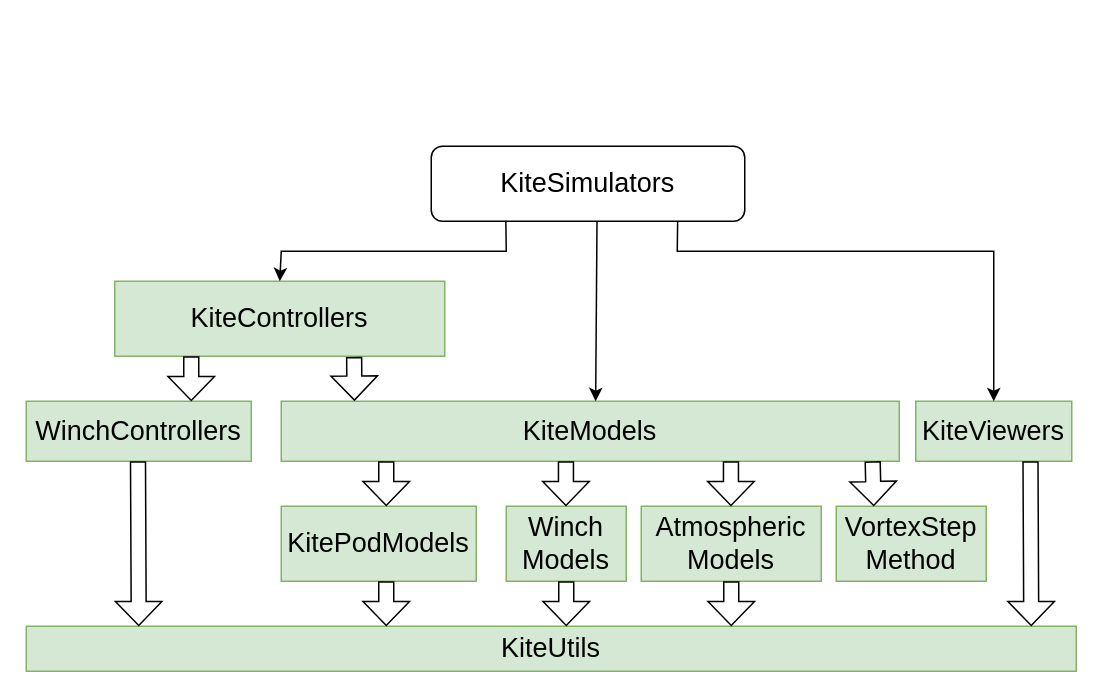
The draw.io diagram docs/kite_power_tools.drawio in aenarete/WinchModels.jl, before the edit. Source tidied: cells renumbered, new cells numbered last; positions are measured from the earlier drawing's top-left corner, leaving out a move shared by most shapes. Both pictures are drawn from the tidied source at 150%, with x=0, y=0 at pixel (26, 146).
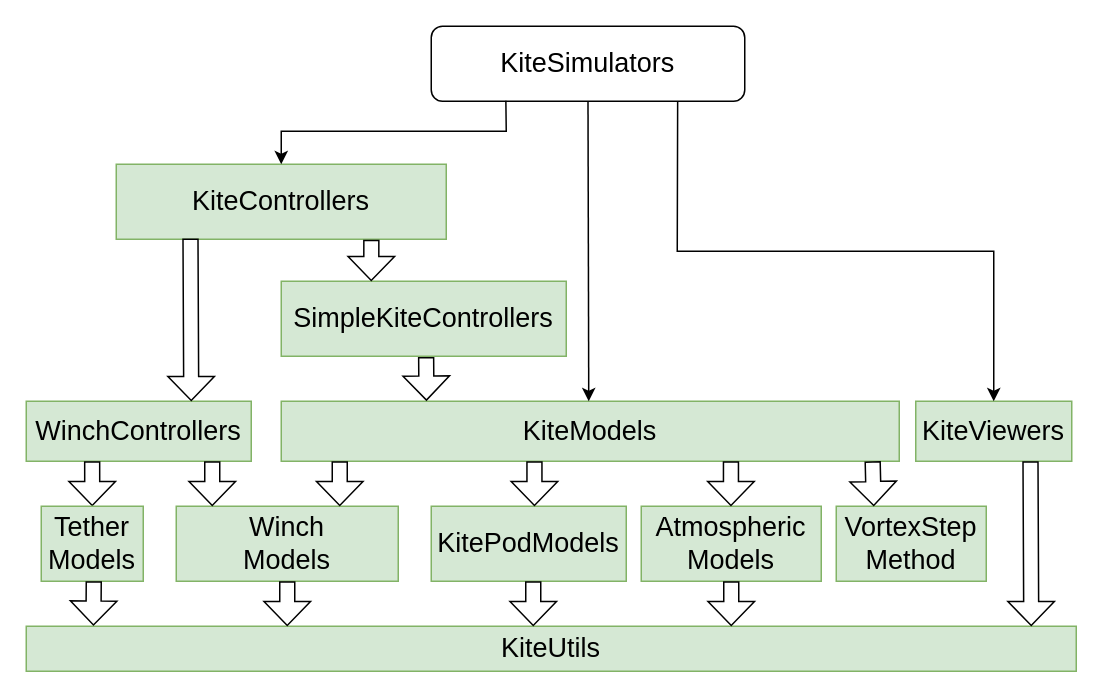
Above is the later version.

Commit message (it also covers changes not shown here):
Update package diagram

The change refers to these unchanged cells:
```xml
<mxCell id="9" value="KiteUtils" style="rounded=0;whiteSpace=wrap;html=1;fontSize=18;fillColor=#d5e8d4;strokeColor=#82b366;" parent="1" vertex="1">
  <mxGeometry y="320" width="700" height="30" as="geometry" />
</mxCell>
<mxCell id="22" value="WinchControllers" style="rounded=0;whiteSpace=wrap;html=1;fontSize=18;fillColor=#d5e8d4;strokeColor=#82b366;" parent="1" vertex="1">
  <mxGeometry y="170" width="150" height="40" as="geometry" />
</mxCell>
```

Change to the diagram source:
```diff
@@
     <mxCell id="2" value="KiteSimulators" style="rounded=1;whiteSpace=wrap;html=1;fontSize=18;" parent="1" vertex="1">
-      <mxGeometry x="270" width="209" height="50" as="geometry" />
+      <mxGeometry x="270" y="-80" width="209" height="50" as="geometry" />
     </mxCell>
     <mxCell id="3" value="KiteControllers" style="rounded=0;whiteSpace=wrap;html=1;fontSize=18;fillColor=#d5e8d4;strokeColor=#82b366;" parent="1" vertex="1">
-      <mxGeometry x="59" y="90" width="220" height="50" as="geometry" />
+      <mxGeometry x="60" y="12" width="220" height="50" as="geometry" />
     </mxCell>
@@
     <mxCell id="6" value="KitePodModels" style="rounded=0;whiteSpace=wrap;html=1;fontSize=18;fillColor=#d5e8d4;strokeColor=#82b366;" parent="1" vertex="1">
-      <mxGeometry x="170" y="240" width="130" height="50" as="geometry" />
+      <mxGeometry x="270" y="240" width="130" height="50" as="geometry" />
     </mxCell>
     <mxCell id="7" value="Winch&lt;br&gt;Models" style="rounded=0;whiteSpace=wrap;html=1;fontSize=18;fillColor=#d5e8d4;strokeColor=#82b366;" parent="1" vertex="1">
-      <mxGeometry x="320" y="240" width="80" height="50" as="geometry" />
+      <mxGeometry x="100" y="240" width="148" height="50" as="geometry" />
     </mxCell>
@@
     <mxCell id="13" style="shape=flexArrow;endArrow=classic;html=1;rounded=0;exitX=0.5;exitY=1;exitDx=0;exitDy=0;endSize=5;" parent="1" edge="1" source="7">
       <mxGeometry relative="1" as="geometry">
-        <mxPoint x="360" y="320" as="targetPoint" />
+        <mxPoint x="174" y="320" as="targetPoint" />
       </mxGeometry>
     </mxCell>
@@
-    <mxCell id="16" style="endArrow=classic;html=1;rounded=0;exitX=0.543;exitY=1.01;exitDx=0;exitDy=0;exitPerimeter=0;entryX=0.516;entryY=0;entryDx=0;entryDy=0;entryPerimeter=0;" parent="1" edge="1">
+    <mxCell id="16" style="endArrow=classic;html=1;rounded=0;exitX=0.5;exitY=1;exitDx=0;exitDy=0;" parent="1" edge="1" source="2">
       <mxGeometry relative="1" as="geometry">
-        <mxPoint x="380.5" y="50.5" as="sourcePoint" />
-        <mxPoint x="379.6" y="170" as="targetPoint" />
+        <mxPoint x="375" y="170" as="targetPoint" />
       </mxGeometry>
     </mxCell>
     <mxCell id="17" style="shape=flexArrow;endArrow=classic;html=1;rounded=0;exitX=0.689;exitY=1.007;exitDx=0;exitDy=0;endSize=5;exitPerimeter=0;entryX=0.099;entryY=-0.008;entryDx=0;entryDy=0;entryPerimeter=0;" parent="1" edge="1">
       <mxGeometry relative="1" as="geometry">
-        <mxPoint x="218.6" y="140.4" as="sourcePoint" />
-        <mxPoint x="218.8" y="169.7" as="targetPoint" />
+        <mxPoint x="266.6" y="140.4" as="sourcePoint" />
+        <mxPoint x="266.8" y="169.7" as="targetPoint" />
       </mxGeometry>
     </mxCell>
     <mxCell id="18" style="shape=flexArrow;endArrow=classic;html=1;rounded=0;exitX=0.5;exitY=1;exitDx=0;exitDy=0;endSize=5;" parent="1" edge="1">
       <mxGeometry relative="1" as="geometry">
-        <mxPoint x="240" y="210" as="sourcePoint" />
-        <mxPoint x="240" y="240" as="targetPoint" />
+        <mxPoint x="209" y="210" as="sourcePoint" />
+        <mxPoint x="209" y="240" as="targetPoint" />
       </mxGeometry>
     </mxCell>
     <mxCell id="19" style="shape=flexArrow;endArrow=classic;html=1;rounded=0;exitX=0.5;exitY=1;exitDx=0;exitDy=0;endSize=5;" parent="1" edge="1">
       <mxGeometry relative="1" as="geometry">
-        <mxPoint x="359.8" y="210" as="sourcePoint" />
-        <mxPoint x="359.8" y="240" as="targetPoint" />
+        <mxPoint x="338.8" y="210" as="sourcePoint" />
+        <mxPoint x="338.8" y="240" as="targetPoint" />
       </mxGeometry>
     </mxCell>
@@
     <mxCell id="21" style="shape=flexArrow;endArrow=classic;html=1;rounded=0;exitX=0.5;exitY=1;exitDx=0;exitDy=0;endSize=5;" parent="1" edge="1">
       <mxGeometry relative="1" as="geometry">
-        <mxPoint x="240" y="290" as="sourcePoint" />
-        <mxPoint x="240" y="320" as="targetPoint" />
+        <mxPoint x="338" y="290" as="sourcePoint" />
+        <mxPoint x="338" y="320" as="targetPoint" />
       </mxGeometry>
     </mxCell>
@@
-    <mxCell id="23" style="shape=flexArrow;endArrow=classic;html=1;rounded=0;exitX=0.689;exitY=1.007;exitDx=0;exitDy=0;endSize=5;exitPerimeter=0;entryX=0.099;entryY=-0.008;entryDx=0;entryDy=0;entryPerimeter=0;" parent="1" edge="1">
+    <mxCell id="23" style="shape=flexArrow;endArrow=classic;html=1;rounded=0;endSize=5;entryX=0.099;entryY=-0.008;entryDx=0;entryDy=0;entryPerimeter=0;exitX=0.225;exitY=0.99;exitDx=0;exitDy=0;exitPerimeter=0;" parent="1" edge="1" source="3">
       <mxGeometry relative="1" as="geometry">
-        <mxPoint x="110" y="140" as="sourcePoint" />
         <mxPoint x="110" y="170" as="targetPoint" />
       </mxGeometry>
     </mxCell>
-    <mxCell id="24" style="shape=flexArrow;endArrow=classic;html=1;rounded=0;exitX=0.75;exitY=1;exitDx=0;exitDy=0;endSize=5;" parent="1" edge="1">
-      <mxGeometry relative="1" as="geometry">
-        <mxPoint x="74.5" y="210" as="sourcePoint" />
-        <mxPoint x="75" y="320" as="targetPoint" />
-      </mxGeometry>
+    <mxCell id="24" style="shape=flexArrow;endArrow=classic;html=1;rounded=0;exitX=0.293;exitY=1;exitDx=0;exitDy=0;endSize=5;exitPerimeter=0;entryX=0.5;entryY=0;entryDx=0;entryDy=0;entryPerimeter=0;" parent="1" edge="1" source="22" target="29">
+      <mxGeometry relative="1" as="geometry" />
     </mxCell>
     <mxCell id="25" style="endArrow=classic;html=1;rounded=0;entryX=0.5;entryY=0;entryDx=0;entryDy=0;exitX=0.238;exitY=0.993;exitDx=0;exitDy=0;jumpStyle=none;exitPerimeter=0;" parent="1" edge="1" source="2" target="3">
       <mxGeometry relative="1" as="geometry">
         <Array as="points">
-          <mxPoint x="320" y="70" />
-          <mxPoint x="170" y="70" />
+          <mxPoint x="320" y="-10" />
+          <mxPoint x="170" y="-10" />
         </Array>
       </mxGeometry>
     </mxCell>
+    <mxCell id="26" value="SimpleKiteControllers" style="rounded=0;whiteSpace=wrap;html=1;fontSize=18;fillColor=#d5e8d4;strokeColor=#82b366;" parent="1" vertex="1">
+      <mxGeometry x="170" y="90" width="190" height="50" as="geometry" />
+    </mxCell>
+    <mxCell id="27" style="shape=flexArrow;endArrow=classic;html=1;rounded=0;endSize=5;exitX=0.773;exitY=1.007;exitDx=0;exitDy=0;exitPerimeter=0;" parent="1" edge="1" source="3">
+      <mxGeometry relative="1" as="geometry">
+        <mxPoint x="230" y="90" as="targetPoint" />
+      </mxGeometry>
+    </mxCell>
+    <mxCell id="28" style="shape=flexArrow;endArrow=classic;html=1;rounded=0;exitX=0.5;exitY=1;exitDx=0;exitDy=0;endSize=5;" parent="1" edge="1">
+      <mxGeometry relative="1" as="geometry">
+        <mxPoint x="124" y="210" as="sourcePoint" />
+        <mxPoint x="124" y="240" as="targetPoint" />
+      </mxGeometry>
+    </mxCell>
+    <mxCell id="29" value="Tether&lt;br&gt;Models" style="rounded=0;whiteSpace=wrap;html=1;fontSize=18;fillColor=#d5e8d4;strokeColor=#82b366;" parent="1" vertex="1">
+      <mxGeometry x="10" y="240" width="68" height="50" as="geometry" />
+    </mxCell>
+    <mxCell id="30" style="shape=flexArrow;endArrow=classic;html=1;rounded=0;exitX=0.5;exitY=1;exitDx=0;exitDy=0;endSize=5;entryX=0.064;entryY=-0.011;entryDx=0;entryDy=0;entryPerimeter=0;" parent="1" edge="1" target="9">
+      <mxGeometry relative="1" as="geometry">
+        <mxPoint x="45" y="290" as="sourcePoint" />
+      </mxGeometry>
+    </mxCell>
```
